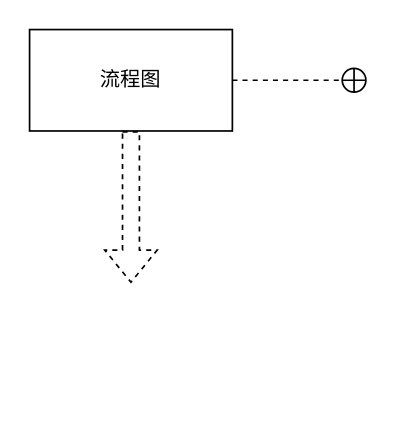
XiaoZengWen/tensorflow2-zh keeps this draw.io diagram as images/Example Diagram.drawio. Above is the earlier version. Source tidied: cells renumbered, new cells numbered last; positions are measured from the earlier drawing's top-left corner, leaving out a move shared by most shapes. Both pictures are drawn from the tidied source at 169%, with x=0, y=0 at pixel (29, 29).
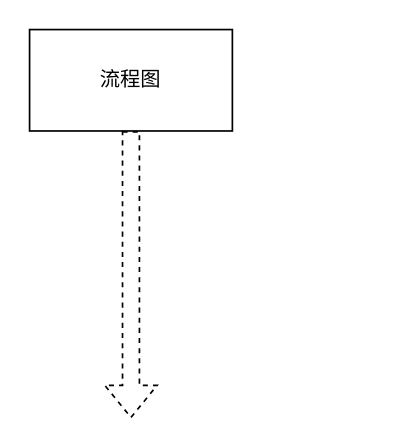
The same diagram, later.

Diff of the diagram source:
```diff
@@
 <mxGraphModel>
   <root>
     <mxCell id="0" />
     <mxCell id="1" parent="0" />
     <mxCell id="2" style="rounded=0;jettySize=auto;html=1;shape=flexArrow;dashed=1;startArrow=none;startFill=0;endSize=6;startSize=3;sketch=0;shadow=0;" parent="1" edge="1" source="3">
       <mxGeometry relative="1" as="geometry">
-        <mxPoint x="60" y="150" as="targetPoint" />
+        <mxPoint x="60" y="230" as="targetPoint" />
       </mxGeometry>
     </mxCell>
     <mxCell id="3" value="流程图" style="rounded=0;whiteSpace=wrap;html=1;" parent="1" vertex="1">
       <mxGeometry width="120" height="60" as="geometry" />
     </mxCell>
-    <mxCell id="4" style="endArrow=circlePlus;html=1;shadow=0;dashed=1;exitX=1;exitY=0.5;exitDx=0;exitDy=0;endFill=0;" parent="1" edge="1" source="3">
-      <mxGeometry relative="1" as="geometry">
-        <mxPoint x="200" y="30" as="targetPoint" />
-      </mxGeometry>
-    </mxCell>
   </root>
 </mxGraphModel>
```
